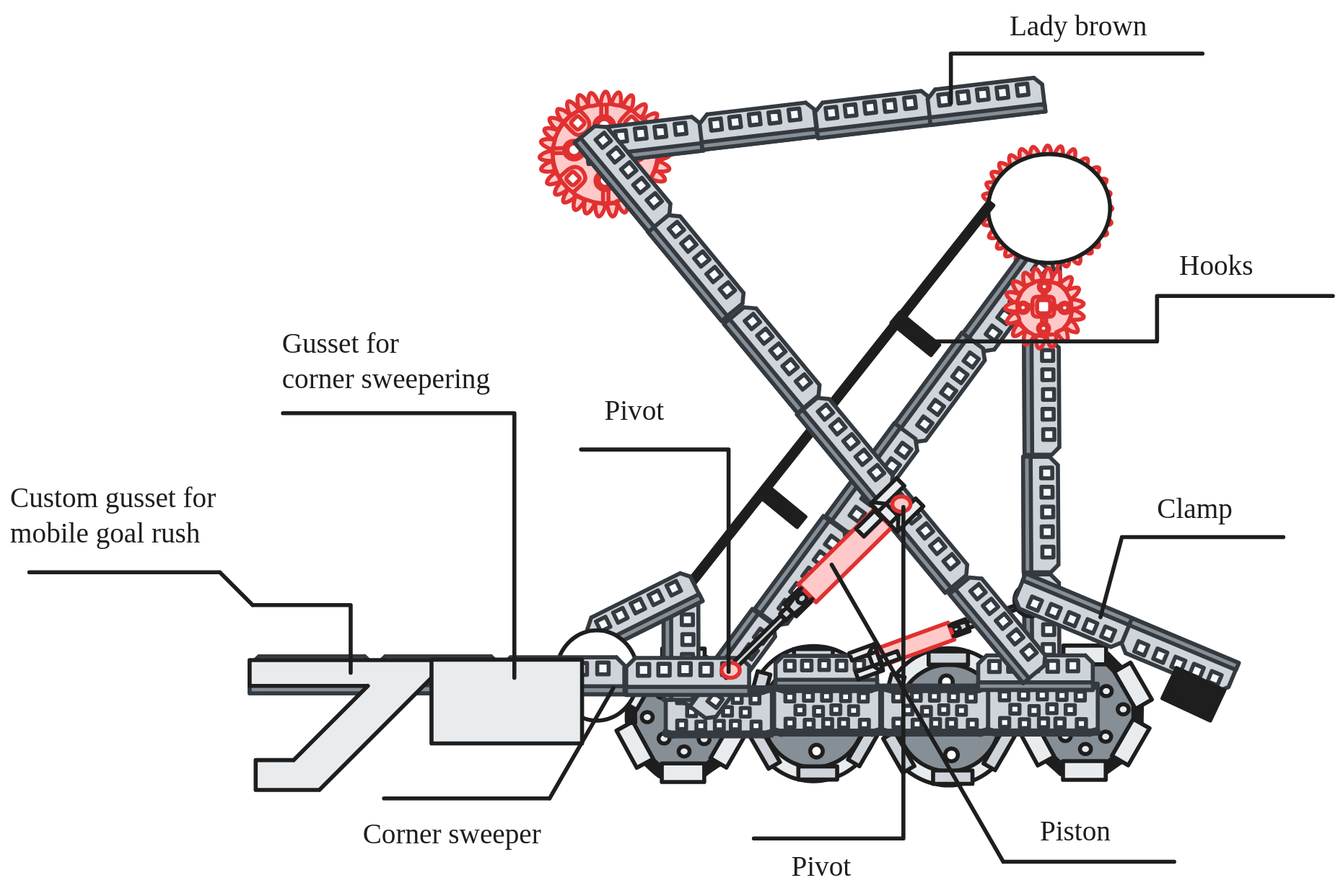
The Excalidraw diagram entries/goal-rush-mech-1/brainstorm/goal-rush-idea-1.excalidraw.svg in Area-53-Robotics/53D-High-Stakes-Notebook, before a commit. Source tidied: one line per element, renumbered; positions are measured from the earlier drawing's top-left corner, leaving out a move shared by most shapes.
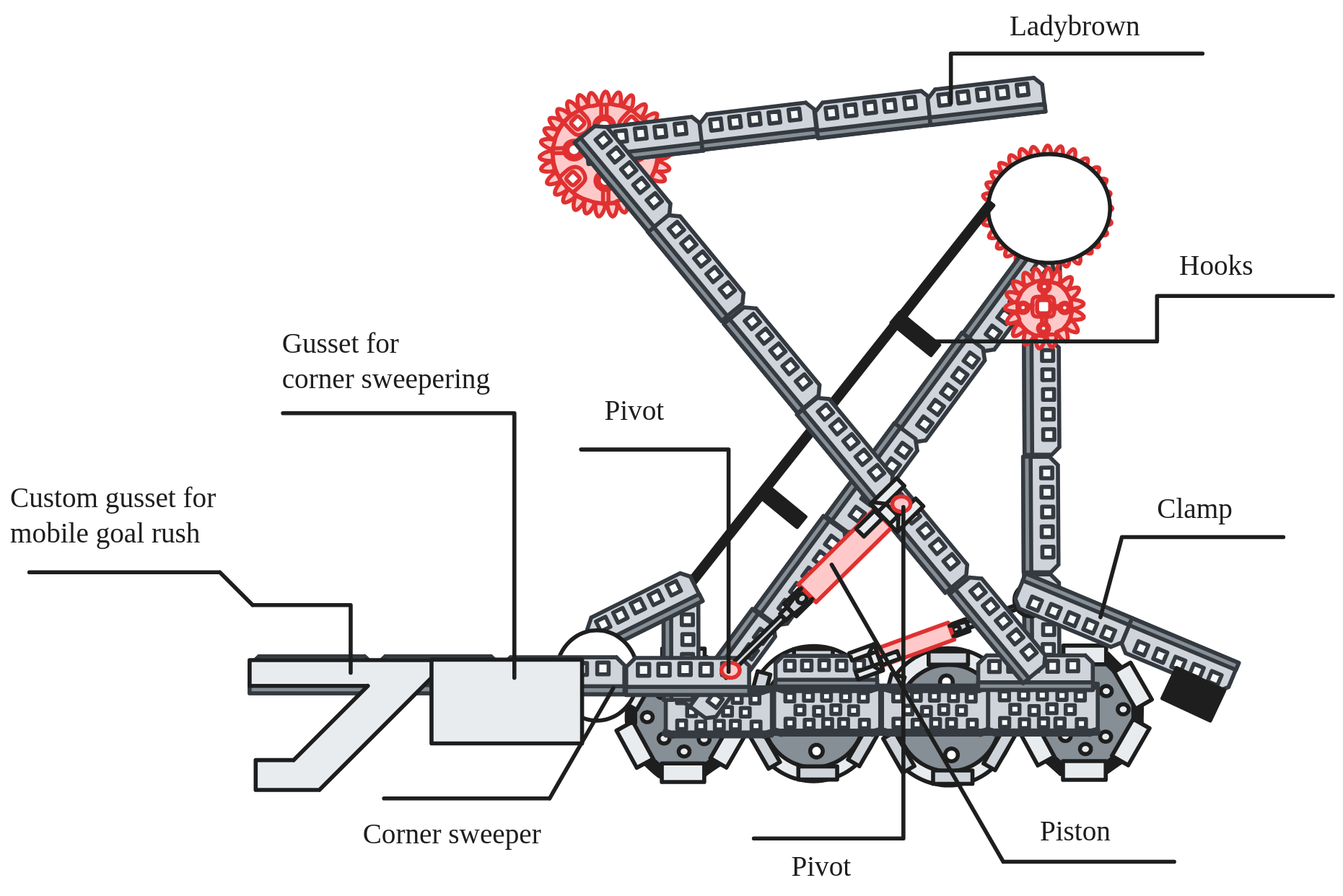
The same diagram one commit later.

Change to the diagram source:
```diff
@@ -563,7 +563,7 @@
 {"id": 562, "type": "line", "strokeColor": "#1e1e1e", "backgroundColor": "#ffc9c9", "fillStyle": "solid", "strokeWidth": 4, "roughness": 0, "x": 909, "y": 328, "width": 400, "height": 45, "points": [[0, 0], [226, 0], [226, -45], [400, -45]]}
 {"id": 563, "type": "text", "text": "Hooks", "strokeColor": "#1e1e1e", "backgroundColor": "#ffc9c9", "fillStyle": "solid", "strokeWidth": 4, "roughness": 0, "fontSize": 28, "fontFamily": 5, "x": 1157, "y": 237, "width": 78, "height": 35}
 {"id": 564, "type": "line", "strokeColor": "#1e1e1e", "backgroundColor": "#ffc9c9", "fillStyle": "solid", "strokeWidth": 4, "roughness": 0, "x": 931, "y": 92, "width": 249, "height": 49, "points": [[0, 0], [0, -49], [249, -49]]}
-{"id": 565, "type": "text", "text": "Lady brown", "strokeColor": "#1e1e1e", "backgroundColor": "#ffc9c9", "fillStyle": "solid", "strokeWidth": 4, "roughness": 0, "fontSize": 28, "fontFamily": 5, "x": 989, "y": 0, "width": 143, "height": 35}
+{"id": 565, "type": "text", "text": "Ladybrown", "strokeColor": "#1e1e1e", "backgroundColor": "#ffc9c9", "fillStyle": "solid", "strokeWidth": 4, "roughness": 0, "fontSize": 28, "fontFamily": 5, "x": 989, "y": 0, "width": 136, "height": 35}
 {"id": 566, "type": "line", "strokeColor": "#1e1e1e", "backgroundColor": "#ffc9c9", "fillStyle": "solid", "strokeWidth": 4, "roughness": 0, "x": 337, "y": 656, "width": 318, "height": 100, "points": [[0, 0], [0, -67], [-97, -67], [-130, -100], [-318, -100]]}
 {"id": 567, "type": "text", "text": "Custom gusset for \nmobile goal rush", "strokeColor": "#1e1e1e", "backgroundColor": "#ffc9c9", "fillStyle": "solid", "strokeWidth": 4, "roughness": 0, "fontSize": 28, "fontFamily": 5, "x": 0, "y": 467, "width": 233, "height": 70}
 {"id": 568, "type": "line", "strokeColor": "#1e1e1e", "backgroundColor": "#ffc9c9", "fillStyle": "solid", "strokeWidth": 4, "roughness": 0, "x": 499, "y": 661, "width": 229, "height": 262, "points": [[0, 0], [0, -262], [-229, -262]]}
```
